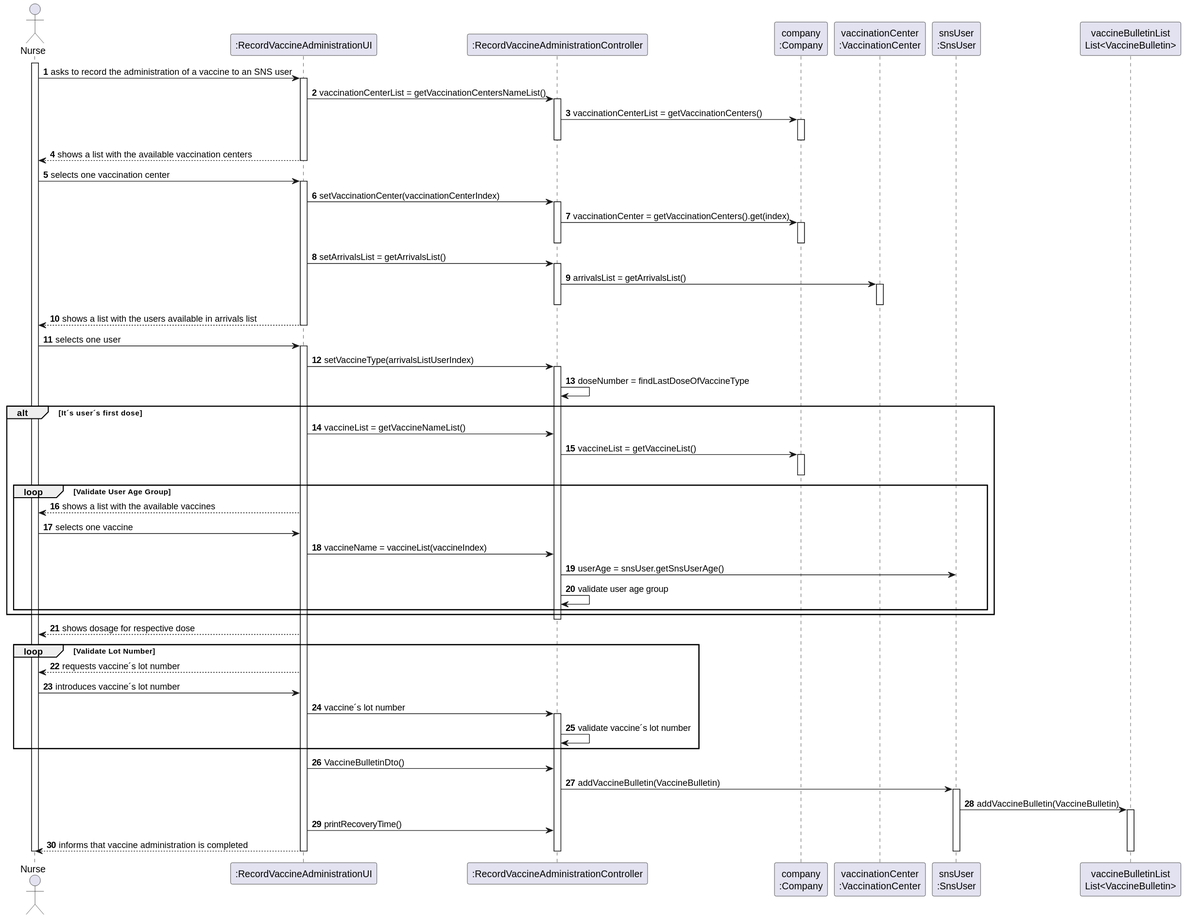
Before: docs/SprintD/US008/US008_SD.svg, a diagram exported from PlantUML (Pirussa/lei-22-s2-1da-g02). Source of this version:
```plantuml
@startuml

autonumber

actor Nurse as N

participant ":RecordVaccineAdministrationUI" as UI
participant ":RecordVaccineAdministrationController" as CTRL
participant "company\n:Company" as C
participant "vaccinationCenter\n:VaccinationCenter" as VC
participant "snsUser\n:SnsUser" as SU
participant "vaccineBulletinList\nList<VaccineBulletin>" as L

activate N
N -> UI : asks to record the administration of a vaccine to an SNS user
activate UI

UI -> CTRL : vaccinationCenterList = getVaccinationCentersNameList()
activate CTRL
CTRL -> C : vaccinationCenterList = getVaccinationCenters()
activate C
deactivate CTRL
deactivate C

UI --> N : shows a list with the available vaccination centers
deactivate UI

N -> UI : selects one vaccination center
activate UI
UI -> CTRL : setVaccinationCenter(vaccinationCenterIndex)
activate CTRL
CTRL -> C : vaccinationCenter = getVaccinationCenters().get(index)
activate C
deactivate C
deactivate CTRL

UI -> CTRL : setArrivalsList = getArrivalsList()
activate CTRL
CTRL -> VC : arrivalsList = getArrivalsList()

activate VC
deactivate VC
deactivate CTRL

 UI --> N : shows a list with the users available in arrivals list
deactivate UI
N -> UI : selects one user

activate UI
UI -> CTRL : setVaccineType(arrivalsListUserIndex)
activate CTRL
CTRL -> CTRL : doseNumber = findLastDoseOfVaccineType
alt It´s user´s first dose
UI -> CTRL : vaccineList = getVaccineNameList()
CTRL -> C : vaccineList = getVaccineList()
activate C
deactivate C
loop Validate User Age Group
UI --> N : shows a list with the available vaccines
N -> UI : selects one vaccine
UI -> CTRL : vaccineName = vaccineList(vaccineIndex)
CTRL -> SU : userAge = snsUser.getSnsUserAge()
CTRL -> CTRL : validate user age group
end
end
deactivate CTRL
UI --> N : shows dosage for respective dose
loop Validate Lot Number
UI --> N :requests vaccine´s lot number
N -> UI : introduces vaccine´s lot number

UI -> CTRL : vaccine´s lot number
activate CTRL
CTRL -> CTRL : validate vaccine´s lot number

end

UI -> CTRL : VaccineBulletinDto()

CTRL -> SU : addVaccineBulletin(VaccineBulletin)
activate SU
SU -> L : addVaccineBulletin(VaccineBulletin)
activate L

UI -> CTRL : printRecoveryTime()

UI --> N : informs that vaccine administration is completed
deactivate L
deactivate SU
deactivate CTRL
deactivate UI
deactivate N
@enduml
```
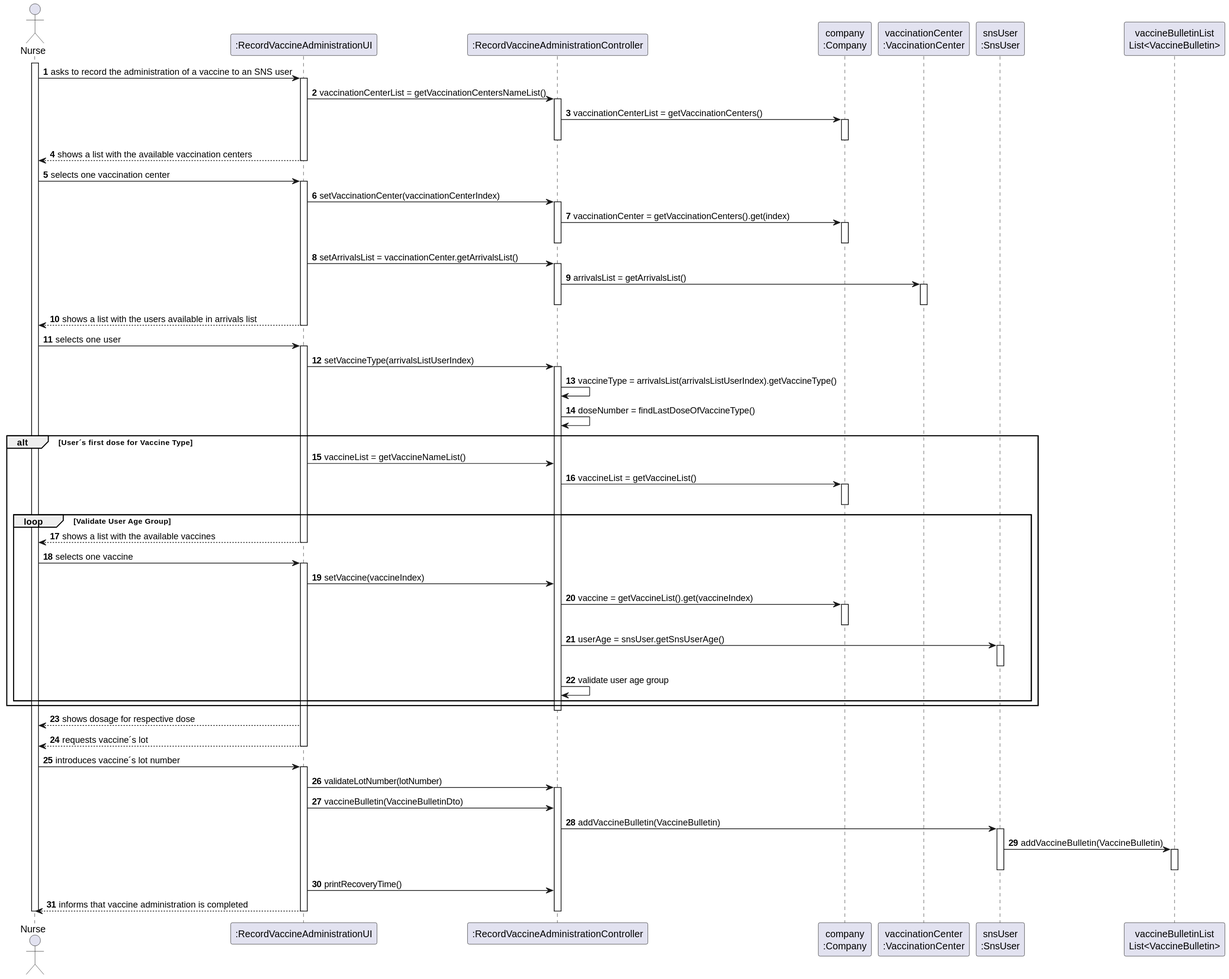
Later version of the same file.

Commit message:
US008 - |Design| - Sequence Diagram updated, might be finished (Waiting from some clarifications from ESOFT teacher).

Change to the diagram source:
```diff
@@ -34,7 +34,7 @@
 deactivate C
 deactivate CTRL
 
-UI -> CTRL : setArrivalsList = getArrivalsList()
+UI -> CTRL : setArrivalsList = vaccinationCenter.getArrivalsList()
 activate CTRL
 CTRL -> VC : arrivalsList = getArrivalsList()
 
@@ -49,44 +49,52 @@
 activate UI
 UI -> CTRL : setVaccineType(arrivalsListUserIndex)
 activate CTRL
-CTRL -> CTRL : doseNumber = findLastDoseOfVaccineType
-alt It´s user´s first dose
+CTRL -> CTRL : vaccineType = arrivalsList(arrivalsListUserIndex).getVaccineType()
+CTRL -> CTRL : doseNumber = findLastDoseOfVaccineType()
+alt User´s first dose for Vaccine Type
 UI -> CTRL : vaccineList = getVaccineNameList()
 CTRL -> C : vaccineList = getVaccineList()
 activate C
 deactivate C
 loop Validate User Age Group
 UI --> N : shows a list with the available vaccines
+deactivate UI
 N -> UI : selects one vaccine
-UI -> CTRL : vaccineName = vaccineList(vaccineIndex)
+activate UI
+UI -> CTRL : setVaccine(vaccineIndex)
+CTRL -> C : vaccine = getVaccineList().get(vaccineIndex)
+activate C
+deactivate C
 CTRL -> SU : userAge = snsUser.getSnsUserAge()
+activate SU
+deactivate SU
 CTRL -> CTRL : validate user age group
 end
 end
 deactivate CTRL
 UI --> N : shows dosage for respective dose
-loop Validate Lot Number
-UI --> N :requests vaccine´s lot number
+UI --> N :requests vaccine´s lot
+deactivate UI
 N -> UI : introduces vaccine´s lot number
+activate UI
 
-UI -> CTRL : vaccine´s lot number
+UI -> CTRL : validateLotNumber(lotNumber)
 activate CTRL
-CTRL -> CTRL : validate vaccine´s lot number
 
-end
-
-UI -> CTRL : VaccineBulletinDto()
+UI -> CTRL : vaccineBulletin(VaccineBulletinDto)
 
 CTRL -> SU : addVaccineBulletin(VaccineBulletin)
 activate SU
+
 SU -> L : addVaccineBulletin(VaccineBulletin)
 activate L
-
+deactivate L
+deactivate SU
 UI -> CTRL : printRecoveryTime()
 
 UI --> N : informs that vaccine administration is completed
-deactivate L
-deactivate SU
+
+
 deactivate CTRL
 deactivate UI
 deactivate N
```
